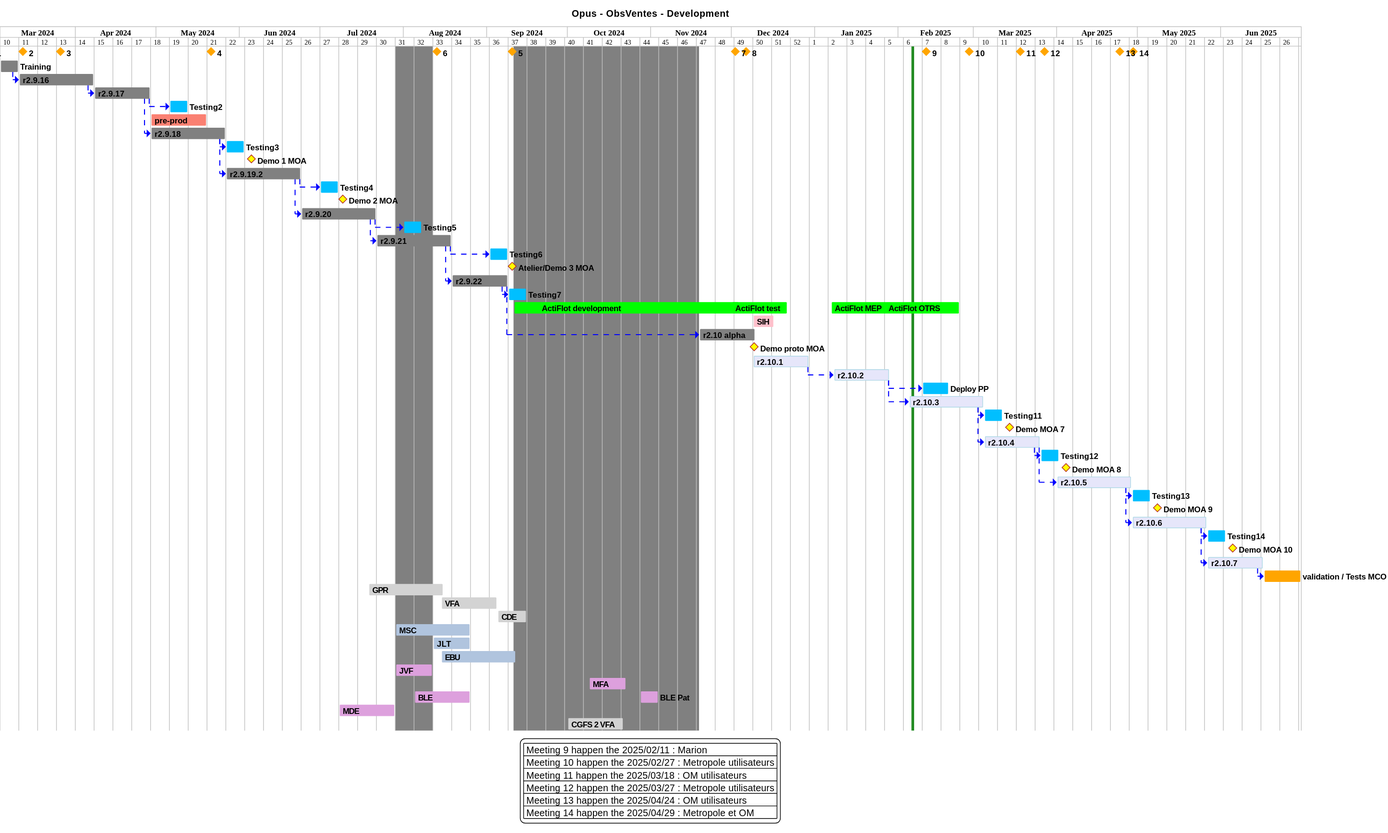
sumaris-net/sumaris-doc keeps this PlantUML diagram as projects/obsvente/not/images/refonte-obsventes-planning-sprints.svg. Above is the earlier version.
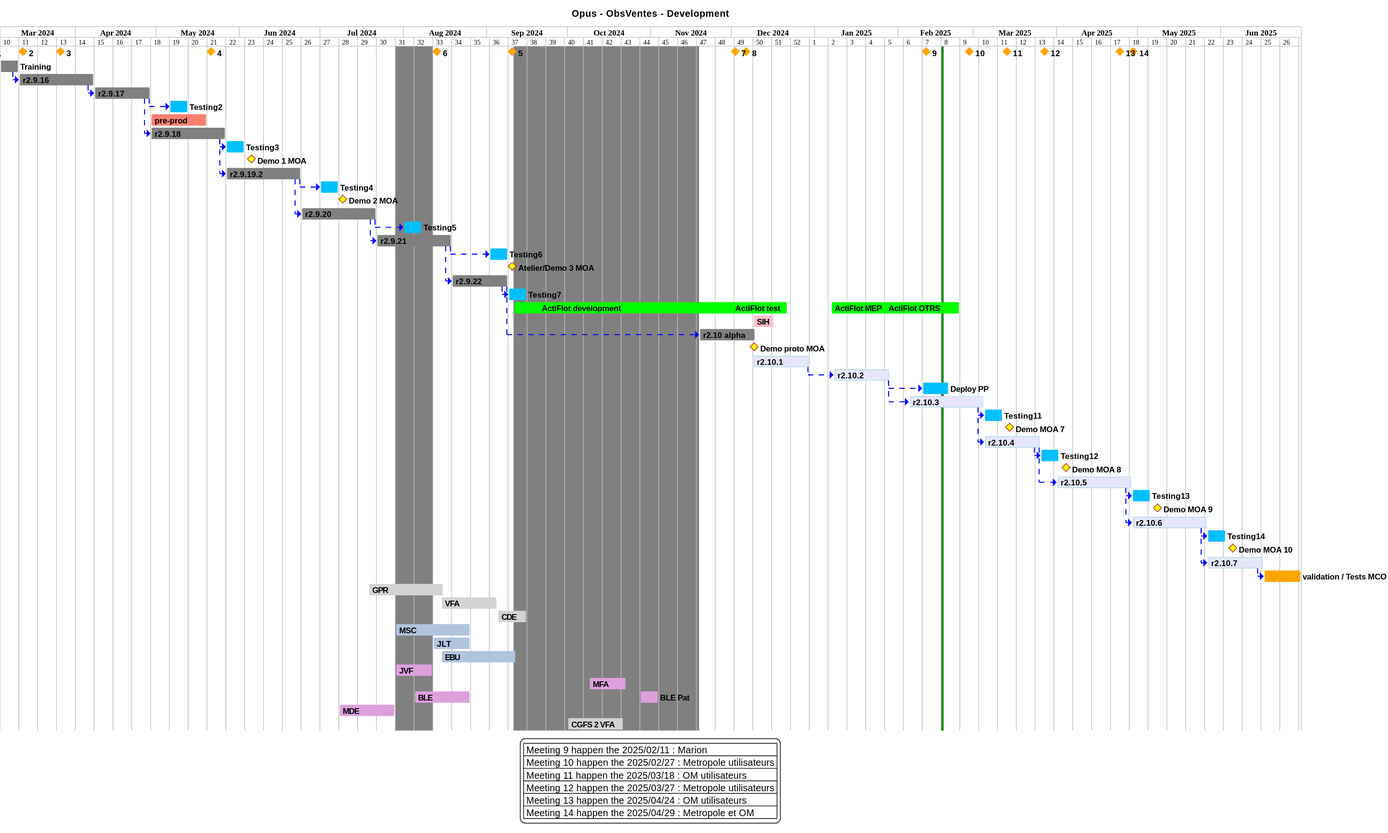
The same diagram one commit later.

What changed in the source:
```diff
@@ -88,7 +88,7 @@
 N(10, 10) as [o10] happen the 2025/02/27
 N(10, 10) is colored in orange
 
-N(11, 11) as [o11] happen the 2025/03/18
+N(11, 11) as [o11] happen the 2025/03/13
 N(11, 11) is colored in orange
 
 N(12, 12) as [o12] happen the 2025/03/27
```
